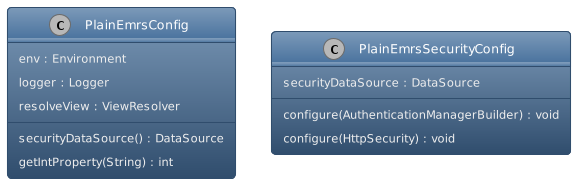
empty-works/plain-emrs keeps this PlantUML diagram as diagrams/class/loginClassDiagram.png. Above is the earlier version.
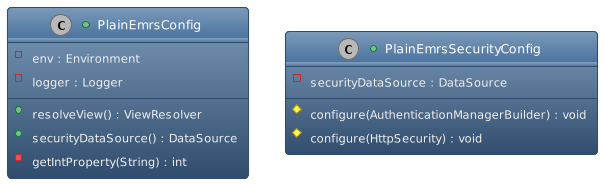
The same diagram one commit later.

Commit message:
Updated class diagrams to show access modifiers.

What changed in the source:
```diff
@@ -1,16 +1,16 @@
 @startuml
 !theme spacelab
-class PlainEmrsConfig {
-    env : Environment
-    logger : Logger
-    resolveView : ViewResolver
-    securityDataSource() : DataSource
-    getIntProperty(String) : int
++class PlainEmrsConfig {
+    -env : Environment
+    -logger : Logger
+    +resolveView() : ViewResolver
+    +securityDataSource() : DataSource
+    -getIntProperty(String) : int
 }
 
-class PlainEmrsSecurityConfig {
-    securityDataSource : DataSource
-    configure(AuthenticationManagerBuilder) : void
-    configure(HttpSecurity) : void
++class PlainEmrsSecurityConfig {
+    -securityDataSource : DataSource
+    #configure(AuthenticationManagerBuilder) : void
+    #configure(HttpSecurity) : void
 }
 @enduml
```
